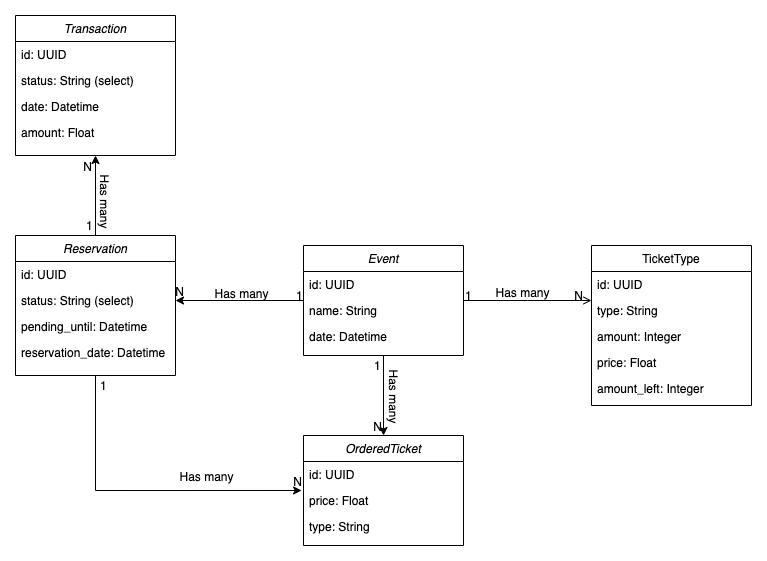
This is docs/class_diagram.png from Mat2314/ticketonline, a draw.io export, as it was before one commit. Source tidied: cells renumbered, new cells last; positions are measured from the earlier drawing's top-left corner, leaving out a move shared by most shapes.
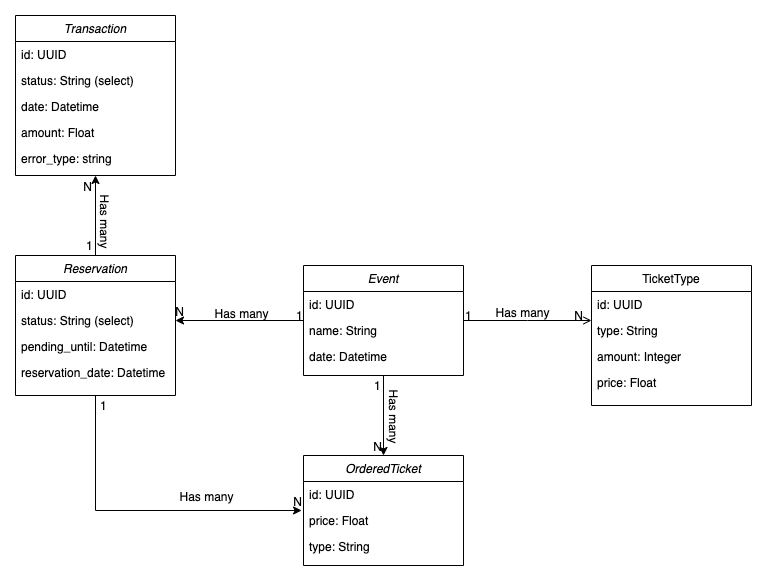
After the commit.

What changed in the source:
```diff
@@ -21,7 +21,7 @@
       <mxGeometry y="78" width="160" height="26" as="geometry" />
     </mxCell>
     <mxCell id="8" value="TicketType" style="swimlane;fontStyle=0;align=center;verticalAlign=top;horizontal=1;startSize=26;rounded=0;shadow=0;strokeWidth=1;" parent="1" vertex="1">
-      <mxGeometry x="576" y="230" width="160" height="160" as="geometry" />
+      <mxGeometry x="576" y="230" width="160" height="140" as="geometry" />
     </mxCell>
     <mxCell id="9" value="id: UUID" style="text;align=left;verticalAlign=top;spacingLeft=4;spacingRight=4;overflow=hidden;" parent="8" vertex="1">
       <mxGeometry y="26" width="160" height="26" as="geometry" />
@@ -35,9 +35,6 @@
     <mxCell id="12" value="price: Float" style="text;align=left;verticalAlign=top;spacingLeft=4;spacingRight=4;overflow=hidden;rounded=0;shadow=0;html=0;" parent="8" vertex="1">
       <mxGeometry y="104" width="160" height="26" as="geometry" />
     </mxCell>
-    <mxCell id="13" value="amount_left: Integer" style="text;align=left;verticalAlign=top;spacingLeft=4;spacingRight=4;overflow=hidden;rounded=0;shadow=0;html=0;" parent="8" vertex="1">
-      <mxGeometry y="130" width="160" height="26" as="geometry" />
-    </mxCell>
     <mxCell id="14" style="endArrow=open;shadow=0;strokeWidth=1;rounded=0;endFill=1;edgeStyle=elbowEdgeStyle;elbow=vertical;" parent="1" edge="1" target="8">
       <mxGeometry x="0.5" y="41" relative="1" as="geometry">
         <mxPoint x="448" y="285" as="sourcePoint" />
@@ -128,7 +125,7 @@
       <mxGeometry x="380" y="380" as="geometry" />
     </mxCell>
     <mxCell id="38" value="Transaction" style="swimlane;fontStyle=2;align=center;verticalAlign=top;horizontal=1;startSize=26;rounded=0;shadow=0;strokeWidth=1;" parent="1" vertex="1">
-      <mxGeometry width="160" height="140" as="geometry" />
+      <mxGeometry y="-20" width="160" height="160" as="geometry" />
     </mxCell>
     <mxCell id="39" value="id: UUID" style="text;align=left;verticalAlign=top;spacingLeft=4;spacingRight=4;overflow=hidden;" parent="38" vertex="1">
       <mxGeometry y="26" width="160" height="26" as="geometry" />
@@ -142,6 +139,9 @@
     <mxCell id="42" value="amount: Float&#10;" style="text;align=left;verticalAlign=top;spacingLeft=4;spacingRight=4;overflow=hidden;rounded=0;shadow=0;html=0;" parent="38" vertex="1">
       <mxGeometry y="104" width="160" height="26" as="geometry" />
     </mxCell>
+    <mxCell id="46" value="error_type: string&#10;" style="text;align=left;verticalAlign=top;spacingLeft=4;spacingRight=4;overflow=hidden;rounded=0;shadow=0;html=0;" parent="38" vertex="1">
+      <mxGeometry y="130" width="160" height="26" as="geometry" />
+    </mxCell>
     <mxCell id="43" value="1" style="align=left;verticalAlign=bottom;labelBackgroundColor=none;fontSize=12;" parent="1" vertex="1">
       <mxGeometry x="170" y="160" as="geometry">
         <mxPoint x="-101" y="59" as="offset" />
```
